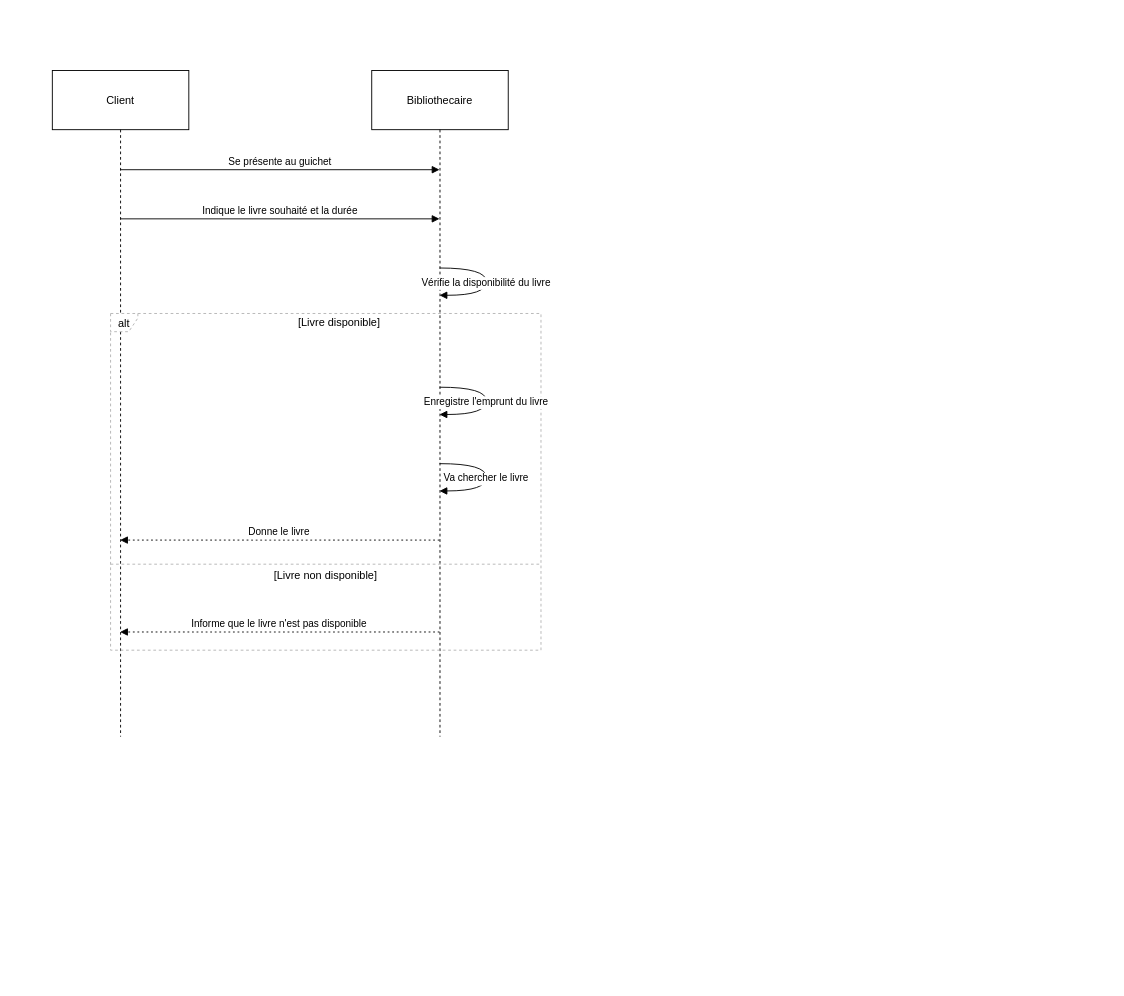
Above: TD2/Diagramme_séquence_emprunt.drawio in AlexisCou/Analyse (draw.io), before the change. Source tidied: cells renumbered, new cells numbered last; positions are measured from the earlier drawing's top-left corner, leaving out a move shared by most shapes. Both pictures are drawn from the tidied source at 91%, with x=0, y=0 at pixel (52, 70).
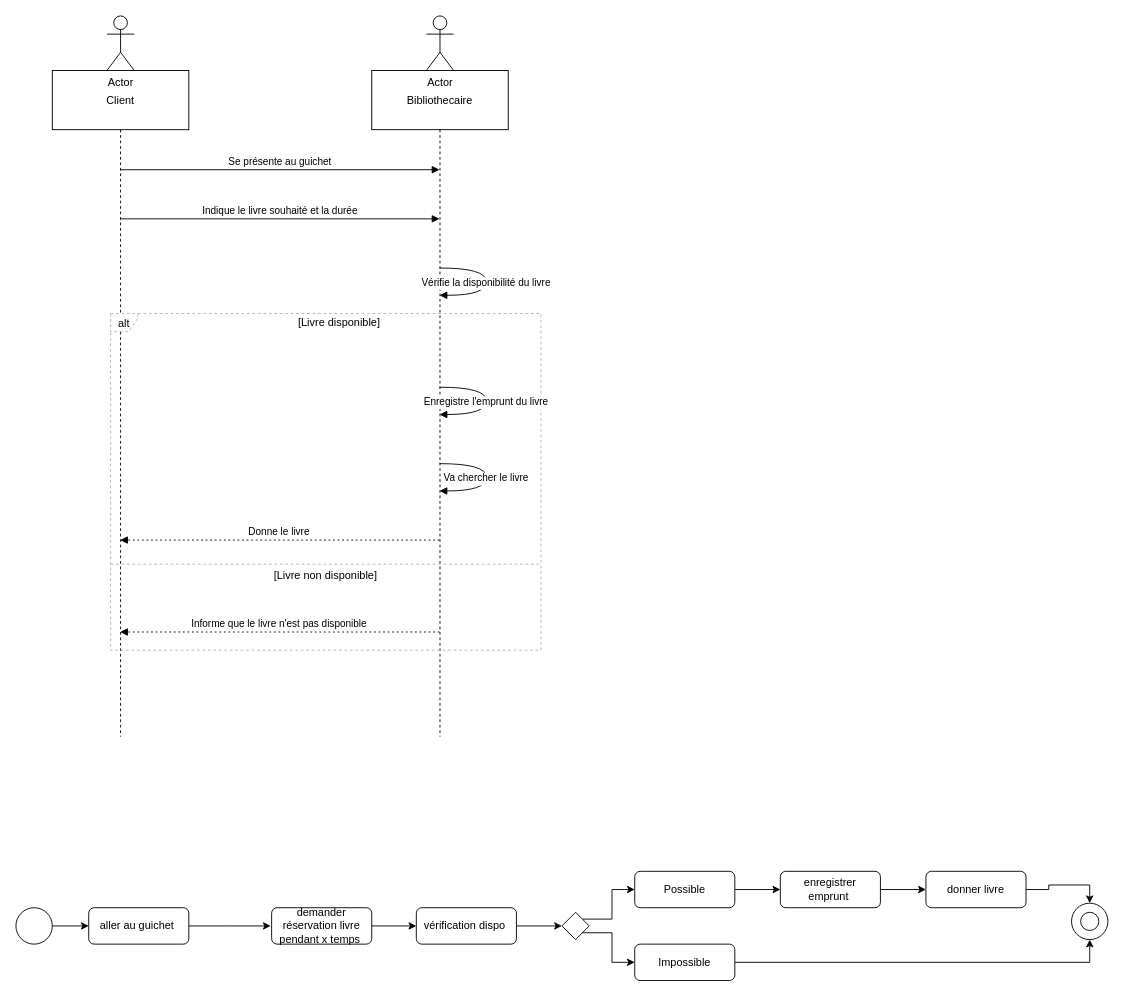
After the change.

Commit message:
Mettre à jour Diagramme_séquence_emprunt.drawio

What changed in the source:
```diff
@@
+    <mxCell id="14" style="edgeStyle=orthogonalEdgeStyle;rounded=0;jettySize=auto;html=1;" parent="1" edge="1" source="15">
+      <mxGeometry relative="1" as="geometry">
+        <mxPoint x="240" y="940" as="targetPoint" />
+      </mxGeometry>
+    </mxCell>
+    <mxCell id="15" value="aller au guichet&amp;nbsp;" style="rounded=1;whiteSpace=wrap;html=1;" parent="1" vertex="1">
+      <mxGeometry x="40" y="920" width="110" height="40" as="geometry" />
+    </mxCell>
+    <mxCell id="16" style="edgeStyle=orthogonalEdgeStyle;rounded=0;jettySize=auto;html=1;entryX=0.5;entryY=0;entryDx=0;entryDy=0;" parent="1" edge="1" source="17" target="33">
+      <mxGeometry relative="1" as="geometry" />
+    </mxCell>
+    <mxCell id="17" value="donner livre" style="rounded=1;whiteSpace=wrap;html=1;" parent="1" vertex="1">
+      <mxGeometry x="960" y="880" width="110" height="40" as="geometry" />
+    </mxCell>
+    <mxCell id="18" style="edgeStyle=orthogonalEdgeStyle;rounded=0;jettySize=auto;html=1;entryX=0;entryY=0.5;entryDx=0;entryDy=0;" parent="1" edge="1" source="19" target="17">
+      <mxGeometry relative="1" as="geometry" />
+    </mxCell>
+    <mxCell id="19" value="enregistrer emprunt&amp;nbsp;" style="rounded=1;whiteSpace=wrap;html=1;" parent="1" vertex="1">
+      <mxGeometry x="800" y="880" width="110" height="40" as="geometry" />
+    </mxCell>
+    <mxCell id="20" style="edgeStyle=orthogonalEdgeStyle;rounded=0;jettySize=auto;html=1;entryX=0.5;entryY=1;entryDx=0;entryDy=0;" parent="1" edge="1" source="21" target="33">
+      <mxGeometry relative="1" as="geometry" />
+    </mxCell>
+    <mxCell id="21" value="Impossible" style="rounded=1;whiteSpace=wrap;html=1;" parent="1" vertex="1">
+      <mxGeometry x="640" y="960" width="110" height="40" as="geometry" />
+    </mxCell>
+    <mxCell id="22" style="edgeStyle=orthogonalEdgeStyle;rounded=0;jettySize=auto;html=1;entryX=0;entryY=0.5;entryDx=0;entryDy=0;" parent="1" edge="1" source="23" target="19">
+      <mxGeometry relative="1" as="geometry" />
+    </mxCell>
+    <mxCell id="23" value="Possible" style="rounded=1;whiteSpace=wrap;html=1;" parent="1" vertex="1">
+      <mxGeometry x="640" y="880" width="110" height="40" as="geometry" />
+    </mxCell>
+    <mxCell id="24" style="edgeStyle=orthogonalEdgeStyle;rounded=0;jettySize=auto;html=1;entryX=0;entryY=0.5;entryDx=0;entryDy=0;" parent="1" edge="1" source="25" target="30">
+      <mxGeometry relative="1" as="geometry" />
+    </mxCell>
+    <mxCell id="25" value="vérification dispo&amp;nbsp;" style="rounded=1;whiteSpace=wrap;html=1;" parent="1" vertex="1">
+      <mxGeometry x="400" y="920" width="110" height="40" as="geometry" />
+    </mxCell>
+    <mxCell id="26" style="edgeStyle=orthogonalEdgeStyle;rounded=0;jettySize=auto;html=1;entryX=0;entryY=0.5;entryDx=0;entryDy=0;" parent="1" edge="1" source="27" target="25">
+      <mxGeometry relative="1" as="geometry" />
+    </mxCell>
+    <mxCell id="27" value="demander réservation livre pendant x temps&amp;nbsp;" style="rounded=1;whiteSpace=wrap;html=1;" parent="1" vertex="1">
+      <mxGeometry x="241" y="920" width="110" height="40" as="geometry" />
+    </mxCell>
+    <mxCell id="28" style="edgeStyle=orthogonalEdgeStyle;rounded=0;jettySize=auto;html=1;exitX=1;exitY=0;exitDx=0;exitDy=0;entryX=0;entryY=0.5;entryDx=0;entryDy=0;" parent="1" edge="1" source="30" target="23">
+      <mxGeometry relative="1" as="geometry" />
+    </mxCell>
+    <mxCell id="29" style="edgeStyle=orthogonalEdgeStyle;rounded=0;jettySize=auto;html=1;exitX=1;exitY=1;exitDx=0;exitDy=0;entryX=0;entryY=0.5;entryDx=0;entryDy=0;" parent="1" edge="1" source="30" target="21">
+      <mxGeometry relative="1" as="geometry" />
+    </mxCell>
+    <mxCell id="30" style="rhombus;whiteSpace=wrap;html=1;" parent="1" vertex="1">
+      <mxGeometry x="560" y="925" width="30" height="30" as="geometry" />
+    </mxCell>
+    <mxCell id="31" style="edgeStyle=orthogonalEdgeStyle;rounded=0;jettySize=auto;html=1;exitX=1;exitY=0.5;exitDx=0;exitDy=0;entryX=0;entryY=0.5;entryDx=0;entryDy=0;" parent="1" edge="1" source="32" target="15">
+      <mxGeometry relative="1" as="geometry" />
+    </mxCell>
+    <mxCell id="32" style="ellipse;whiteSpace=wrap;html=1;" parent="1" vertex="1">
+      <mxGeometry x="-40" y="920" width="40" height="40" as="geometry" />
+    </mxCell>
+    <mxCell id="33" style="ellipse;whiteSpace=wrap;html=1;" parent="1" vertex="1">
+      <mxGeometry x="1120" y="915" width="40" height="40" as="geometry" />
+    </mxCell>
+    <mxCell id="34" style="ellipse;whiteSpace=wrap;html=1;fillColor=light-dark(#FFFFFF,#000000);" parent="1" vertex="1">
+      <mxGeometry x="1130" y="925" width="20" height="20" as="geometry" />
+    </mxCell>
+    <mxCell id="35" value="Actor" style="shape=umlActor;verticalLabelPosition=bottom;verticalAlign=top;html=1;" parent="1" vertex="1">
+      <mxGeometry x="60" y="-60" width="30" height="60" as="geometry" />
+    </mxCell>
+    <mxCell id="36" value="Actor" style="shape=umlActor;verticalLabelPosition=bottom;verticalAlign=top;html=1;" parent="1" vertex="1">
+      <mxGeometry x="411" y="-60" width="30" height="60" as="geometry" />
+    </mxCell>
```
